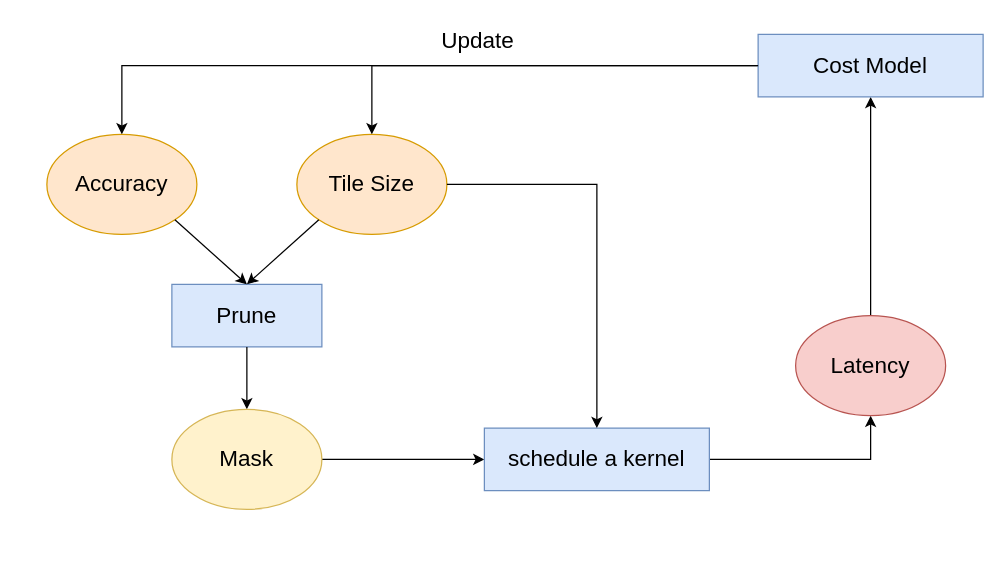
Above: Full_Work_Flow_v0.drawio in guanrenyang/TW_TVM (draw.io), before the change. Source tidied: cells renumbered, new cells numbered last; positions are measured from the earlier drawing's top-left corner, leaving out a move shared by most shapes. Both pictures are drawn from the tidied source at 125%, with x=0, y=0 at pixel (46, 21).
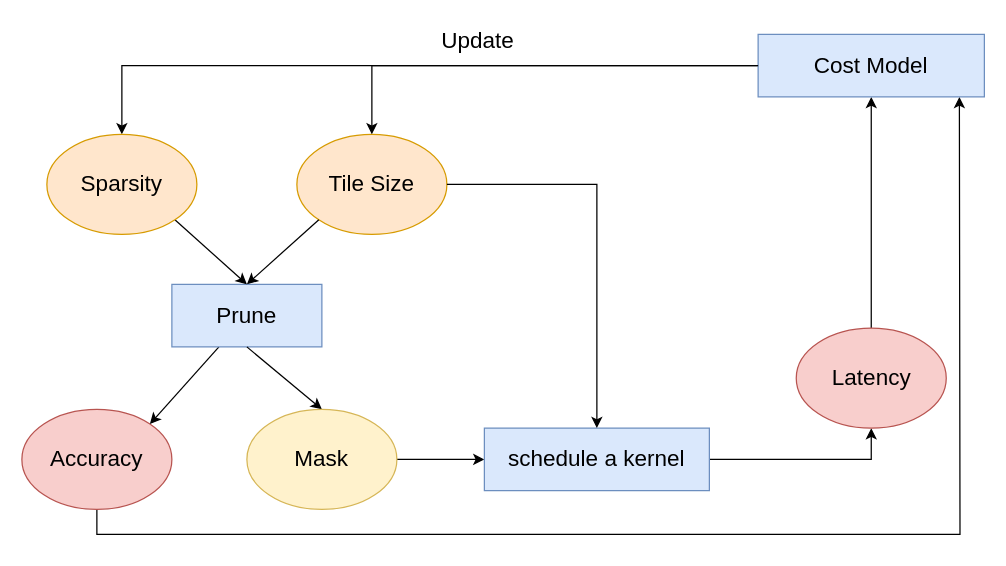
After the change.

The change refers to these unchanged cells:
```xml
<mxCell id="4" value="&lt;font style=&quot;font-size: 18px;&quot;&gt;Prune&lt;/font&gt;" style="rounded=0;whiteSpace=wrap;html=1;fillColor=#dae8fc;strokeColor=#6c8ebf;" parent="1" vertex="1">
  <mxGeometry x="100" y="210" width="120" height="50" as="geometry" />
</mxCell>
```

What changed in the source:
```diff
@@
+    <mxCell id="19" style="edgeStyle=orthogonalEdgeStyle;rounded=0;jettySize=auto;html=1;exitX=0.5;exitY=1;exitDx=0;exitDy=0;" parent="1" edge="1" source="2">
+      <mxGeometry relative="1" as="geometry">
+        <mxPoint x="730" y="60" as="targetPoint" />
+      </mxGeometry>
+    </mxCell>
-    <mxCell id="2" value="&lt;font style=&quot;font-size: 18px;&quot;&gt;Accuracy&lt;/font&gt;" style="ellipse;whiteSpace=wrap;html=1;fillColor=#ffe6cc;strokeColor=#d79b00;" parent="1" vertex="1">
-      <mxGeometry y="90" width="120" height="80" as="geometry" />
+    <mxCell id="2" value="&lt;font style=&quot;font-size: 18px;&quot;&gt;Accuracy&lt;/font&gt;" style="ellipse;whiteSpace=wrap;html=1;fillColor=#f8cecc;strokeColor=#b85450;" parent="1" vertex="1">
+      <mxGeometry x="-20" y="310" width="120" height="80" as="geometry" />
     </mxCell>
@@
+    <mxCell id="20" style="edgeStyle=none;rounded=0;jettySize=auto;html=1;entryX=1;entryY=0;entryDx=0;entryDy=0;" parent="1" edge="1" source="4" target="2">
+      <mxGeometry relative="1" as="geometry" />
+    </mxCell>
@@
-    <mxCell id="5" style="endArrow=classic;html=1;rounded=0;exitX=1;exitY=1;exitDx=0;exitDy=0;entryX=0.5;entryY=0;entryDx=0;entryDy=0;" parent="1" edge="1" source="2" target="4">
-      <mxGeometry relative="1" as="geometry" />
-    </mxCell>
@@
     <mxCell id="9" value="&lt;font size=&quot;4&quot;&gt;Mask&lt;/font&gt;" style="ellipse;whiteSpace=wrap;html=1;fillColor=#fff2cc;strokeColor=#d6b656;" parent="1" vertex="1">
-      <mxGeometry x="100" y="310" width="120" height="80" as="geometry" />
+      <mxGeometry x="160" y="310" width="120" height="80" as="geometry" />
     </mxCell>
@@
     <mxCell id="14" value="Latency" style="ellipse;whiteSpace=wrap;html=1;fontSize=18;fillColor=#f8cecc;strokeColor=#b85450;" parent="1" vertex="1">
-      <mxGeometry x="599" y="235" width="120" height="80" as="geometry" />
+      <mxGeometry x="599.5" y="245" width="120" height="80" as="geometry" />
     </mxCell>
@@
     <mxCell id="16" value="Cost Model" style="rounded=0;whiteSpace=wrap;html=1;fontSize=18;fillColor=#dae8fc;strokeColor=#6c8ebf;" parent="1" vertex="1">
-      <mxGeometry x="569" y="10" width="180" height="50" as="geometry" />
+      <mxGeometry x="569" y="10" width="181" height="50" as="geometry" />
     </mxCell>
-    <mxCell id="17" style="endArrow=classic;html=1;rounded=0;fontSize=18;exitX=0;exitY=0.5;exitDx=0;exitDy=0;entryX=0.5;entryY=0;entryDx=0;entryDy=0;edgeStyle=orthogonalEdgeStyle;" parent="1" edge="1" source="16" target="2">
+    <mxCell id="17" style="endArrow=classic;html=1;rounded=0;fontSize=18;exitX=0;exitY=0.5;exitDx=0;exitDy=0;edgeStyle=orthogonalEdgeStyle;entryX=0.5;entryY=0;entryDx=0;entryDy=0;" parent="1" edge="1" source="16" target="22">
       <mxGeometry relative="1" as="geometry" />
     </mxCell>
@@
+    <mxCell id="21" style="rounded=0;jettySize=auto;html=1;exitX=1;exitY=1;exitDx=0;exitDy=0;entryX=0.5;entryY=0;entryDx=0;entryDy=0;" parent="1" edge="1" source="22" target="4">
+      <mxGeometry relative="1" as="geometry" />
+    </mxCell>
+    <mxCell id="22" value="&lt;font size=&quot;4&quot;&gt;Sparsity&lt;/font&gt;" style="ellipse;whiteSpace=wrap;html=1;fillColor=#ffe6cc;strokeColor=#d79b00;" parent="1" vertex="1">
+      <mxGeometry y="90" width="120" height="80" as="geometry" />
+    </mxCell>
```
